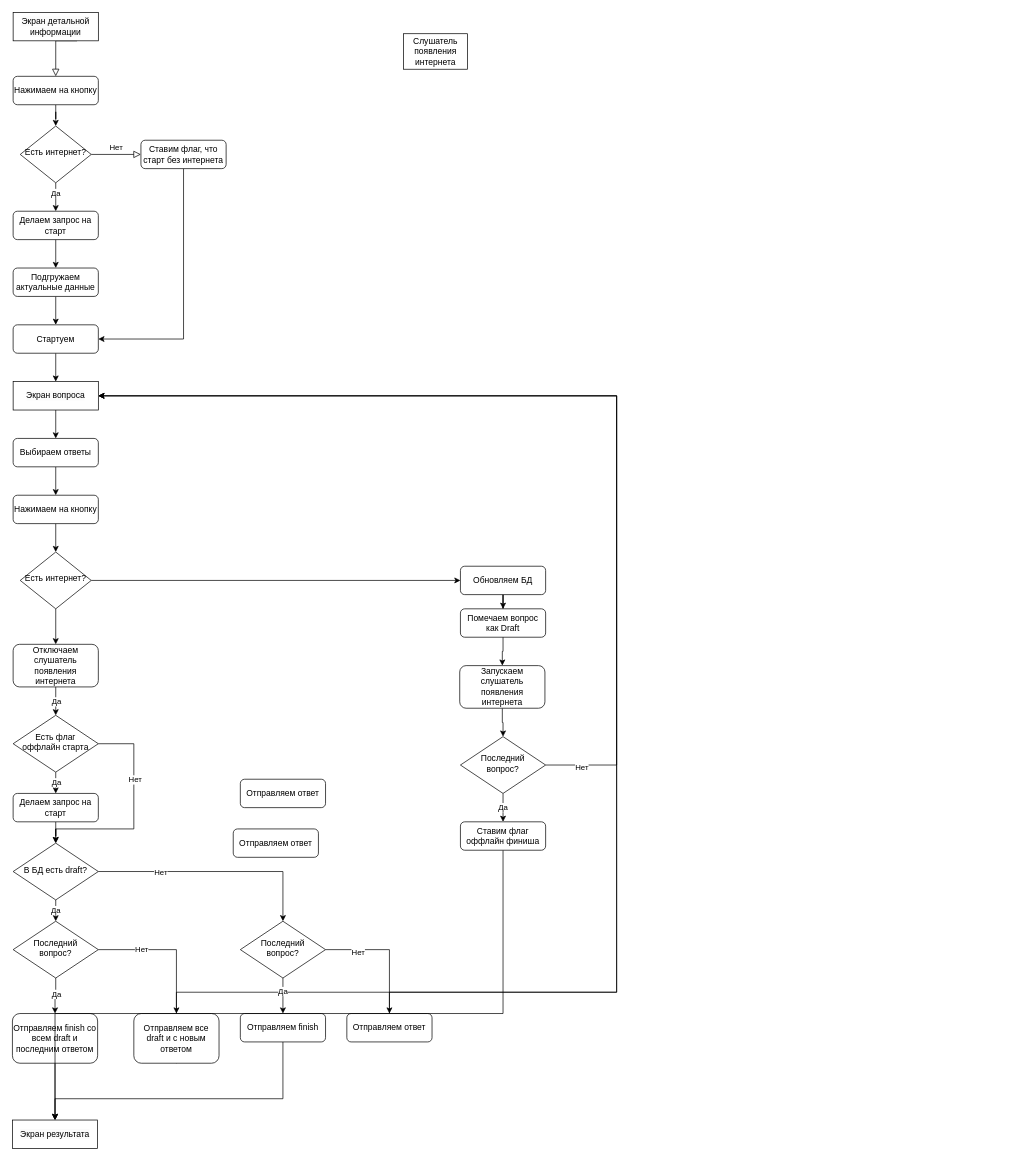
Above: Диаграмма без названия.drawio in battisq/offline_flow (draw.io), before the change. Source tidied: cells renumbered, new cells numbered last; positions are measured from the earlier drawing's top-left corner, leaving out a move shared by most shapes. Both pictures are drawn from the tidied source at 71%, with x=0, y=0 at pixel (12, 12).
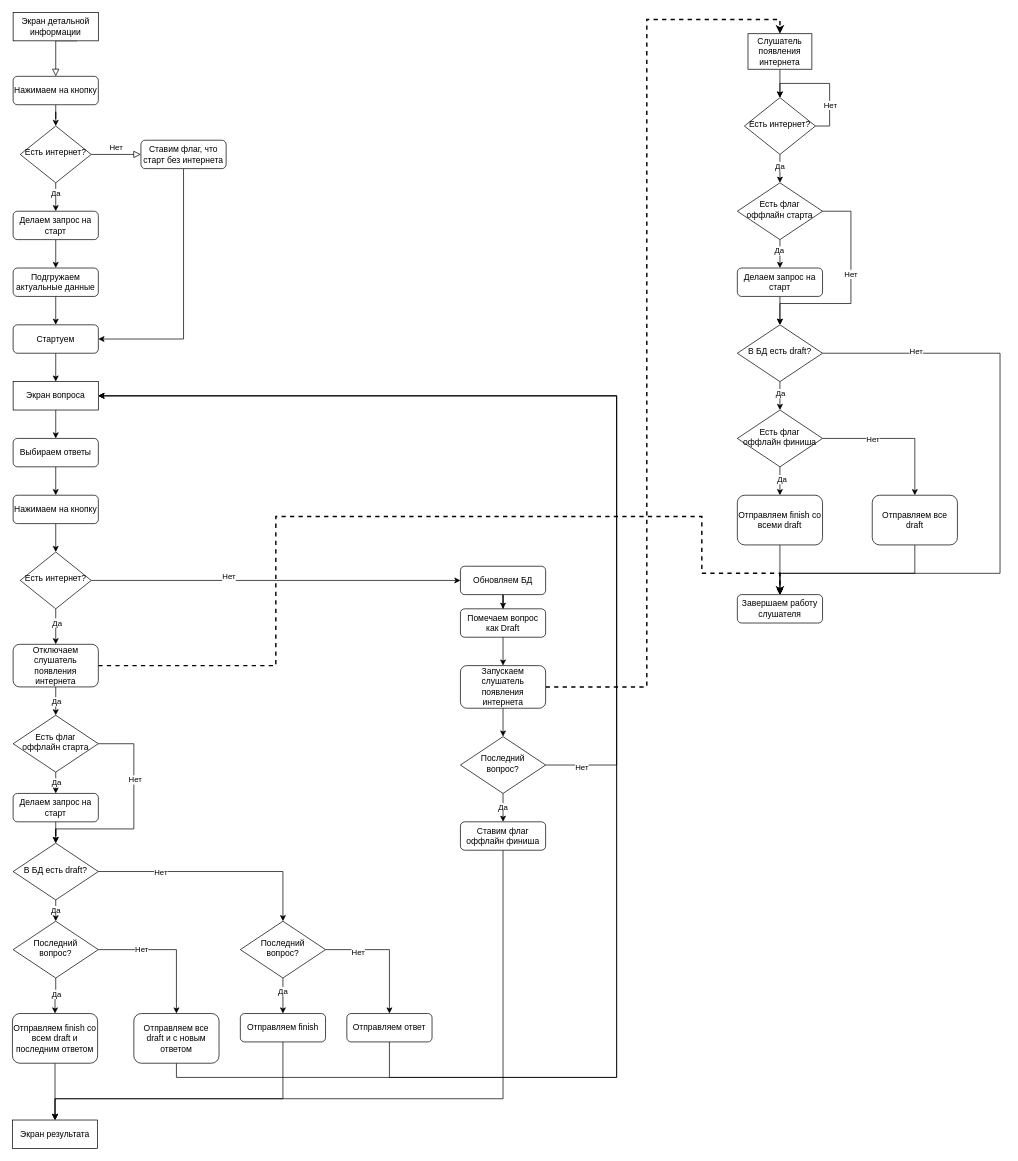
Above is the later version.

The change refers to these unchanged cells:
```xml
<mxCell id="15" value="&lt;span style=&quot;color: rgb(0, 0, 0); font-family: Helvetica; font-size: 12px; font-style: normal; font-variant-ligatures: normal; font-variant-caps: normal; font-weight: 400; letter-spacing: normal; orphans: 2; text-align: center; text-indent: 0px; text-transform: none; widows: 2; word-spacing: 0px; -webkit-text-stroke-width: 0px; background-color: rgb(251, 251, 251); text-decoration-thickness: initial; text-decoration-style: initial; text-decoration-color: initial; float: none; display: inline !important;&quot;&gt;Экран вопроса&lt;/span&gt;" style="rounded=0;whiteSpace=wrap;html=1;" parent="1" vertex="1">
  <mxGeometry x="1" y="520" width="120" height="40" as="geometry" />
</mxCell>
<mxCell id="26" style="edgeStyle=orthogonalEdgeStyle;rounded=0;jettySize=auto;html=1;exitX=1;exitY=0.5;exitDx=0;exitDy=0;entryX=0;entryY=0.5;entryDx=0;entryDy=0;" parent="1" edge="1" source="27" target="30">
  <mxGeometry relative="1" as="geometry" />
</mxCell>
<mxCell id="55" value="Отправляем все draft и с новым ответом" style="rounded=1;whiteSpace=wrap;html=1;fontSize=12;glass=0;strokeWidth=1;shadow=0;" parent="1" vertex="1">
  <mxGeometry x="171" y="1410" width="120" height="70" as="geometry" />
</mxCell>
<mxCell id="57" value="Отправляем ответ" style="rounded=1;whiteSpace=wrap;html=1;fontSize=12;glass=0;strokeWidth=1;shadow=0;" parent="1" vertex="1">
  <mxGeometry x="471" y="1410" width="120" height="40" as="geometry" />
</mxCell>
<mxCell id="70" value="Ставим флаг оффлайн финиша" style="rounded=1;whiteSpace=wrap;html=1;fontSize=12;glass=0;strokeWidth=1;shadow=0;" parent="1" vertex="1">
  <mxGeometry x="631" y="1140" width="120" height="40" as="geometry" />
</mxCell>
<mxCell id="71" value="&lt;span style=&quot;color: rgb(0, 0, 0); font-family: Helvetica; font-size: 12px; font-style: normal; font-variant-ligatures: normal; font-variant-caps: normal; font-weight: 400; letter-spacing: normal; orphans: 2; text-align: center; text-indent: 0px; text-transform: none; widows: 2; word-spacing: 0px; -webkit-text-stroke-width: 0px; background-color: rgb(251, 251, 251); text-decoration-thickness: initial; text-decoration-style: initial; text-decoration-color: initial; float: none; display: inline !important;&quot;&gt;Экран результата&lt;/span&gt;" style="rounded=0;whiteSpace=wrap;html=1;" parent="1" vertex="1">
  <mxGeometry y="1560" width="120" height="40" as="geometry" />
</mxCell>
<mxCell id="75" style="edgeStyle=orthogonalEdgeStyle;rounded=0;jettySize=auto;html=1;" parent="1" edge="1" source="27" target="76">
  <mxGeometry relative="1" as="geometry" />
</mxCell>
<mxCell id="76" value="Отключаем слушатель появления интернета" style="rounded=1;whiteSpace=wrap;html=1;fontSize=12;glass=0;strokeWidth=1;shadow=0;" parent="1" vertex="1">
  <mxGeometry x="1" y="890" width="120" height="60" as="geometry" />
</mxCell>
```

The edit, as a diff of the source:
```diff
@@
+    <mxCell id="77" value="Нет" style="edgeLabel;html=1;align=center;verticalAlign=middle;" parent="26" vertex="1">
+      <mxGeometry x="-0.26" y="6" relative="1" as="geometry">
+        <mxPoint x="1" as="offset" />
+      </mxGeometry>
+    </mxCell>
@@
-    <mxCell id="28" value="Отправляем ответ" style="rounded=1;whiteSpace=wrap;html=1;fontSize=12;glass=0;strokeWidth=1;shadow=0;" parent="1" vertex="1">
-      <mxGeometry x="311" y="1150" width="120" height="40" as="geometry" />
-    </mxCell>
@@
-    <mxCell id="35" value="Отправляем ответ" style="rounded=1;whiteSpace=wrap;html=1;fontSize=12;glass=0;strokeWidth=1;shadow=0;" parent="1" vertex="1">
-      <mxGeometry x="321" y="1080" width="120" height="40" as="geometry" />
-    </mxCell>
@@
     <mxCell id="54" style="edgeStyle=orthogonalEdgeStyle;rounded=0;jettySize=auto;html=1;exitX=0.5;exitY=1;exitDx=0;exitDy=0;entryX=1;entryY=0.5;entryDx=0;entryDy=0;" parent="1" edge="1" source="55" target="15">
       <mxGeometry relative="1" as="geometry">
         <Array as="points">
-          <mxPoint x="231" y="1380" />
-          <mxPoint x="851" y="1380" />
+          <mxPoint x="231" y="1500" />
+          <mxPoint x="851" y="1500" />
           <mxPoint x="851" y="540" />
         </Array>
       </mxGeometry>
     </mxCell>
@@
     <mxCell id="56" style="edgeStyle=orthogonalEdgeStyle;rounded=0;jettySize=auto;html=1;exitX=0.5;exitY=1;exitDx=0;exitDy=0;entryX=1;entryY=0.5;entryDx=0;entryDy=0;" parent="1" edge="1" source="57" target="15">
       <mxGeometry relative="1" as="geometry">
         <Array as="points">
-          <mxPoint x="531" y="1380" />
-          <mxPoint x="851" y="1380" />
+          <mxPoint x="531" y="1500" />
+          <mxPoint x="851" y="1500" />
           <mxPoint x="851" y="540" />
         </Array>
       </mxGeometry>
     </mxCell>
@@
     <mxCell id="69" style="edgeStyle=orthogonalEdgeStyle;rounded=0;jettySize=auto;html=1;exitX=0.5;exitY=1;exitDx=0;exitDy=0;entryX=0.5;entryY=0;entryDx=0;entryDy=0;" parent="1" edge="1" source="70" target="71">
       <mxGeometry relative="1" as="geometry">
         <Array as="points">
-          <mxPoint x="691" y="1410" />
-          <mxPoint x="60" y="1410" />
+          <mxPoint x="691" y="1530" />
+          <mxPoint x="60" y="1530" />
         </Array>
       </mxGeometry>
     </mxCell>
@@
+    <mxCell id="78" style="edgeStyle=orthogonalEdgeStyle;rounded=0;jettySize=auto;html=1;exitX=1;exitY=0.5;exitDx=0;exitDy=0;entryX=0.5;entryY=0;entryDx=0;entryDy=0;dashed=1;strokeWidth=2;" parent="1" edge="1" source="73" target="74">
+      <mxGeometry relative="1" as="geometry" />
+    </mxCell>
     <mxCell id="73" value="Запускаем слушатель появления интернета" style="rounded=1;whiteSpace=wrap;html=1;fontSize=12;glass=0;strokeWidth=1;shadow=0;" parent="1" vertex="1">
-      <mxGeometry x="630" y="920" width="120" height="60" as="geometry" />
+      <mxGeometry x="631" y="920" width="120" height="60" as="geometry" />
     </mxCell>
+    <mxCell id="79" style="edgeStyle=orthogonalEdgeStyle;rounded=0;jettySize=auto;html=1;" parent="1" edge="1" source="74" target="84">
+      <mxGeometry relative="1" as="geometry" />
+    </mxCell>
     <mxCell id="74" value="Слушатель появления интернета" style="rounded=0;whiteSpace=wrap;html=1;" parent="1" vertex="1">
-      <mxGeometry x="551" y="30" width="90" height="50" as="geometry" />
+      <mxGeometry x="1036" y="30" width="90" height="50" as="geometry" />
     </mxCell>
@@
+    <mxCell id="80" value="Да" style="edgeLabel;html=1;align=center;verticalAlign=middle;" parent="75" vertex="1">
+      <mxGeometry x="-0.26" y="1" relative="1" as="geometry" />
+    </mxCell>
+    <mxCell id="81" style="edgeStyle=orthogonalEdgeStyle;rounded=0;jettySize=auto;html=1;exitX=1;exitY=0.5;exitDx=0;exitDy=0;entryX=0.5;entryY=0;entryDx=0;entryDy=0;dashed=1;strokeWidth=2;" parent="1" edge="1" source="76" target="104">
+      <mxGeometry relative="1" as="geometry">
+        <Array as="points">
+          <mxPoint x="371" y="920" />
+          <mxPoint x="371" y="710" />
+          <mxPoint x="971" y="710" />
+          <mxPoint x="971" y="790" />
+          <mxPoint x="1081" y="790" />
+        </Array>
+      </mxGeometry>
+    </mxCell>
@@
+    <mxCell id="82" style="edgeStyle=orthogonalEdgeStyle;rounded=0;jettySize=auto;html=1;" parent="1" edge="1" source="84" target="91">
+      <mxGeometry relative="1" as="geometry" />
+    </mxCell>
+    <mxCell id="83" value="Да" style="edgeLabel;html=1;align=center;verticalAlign=middle;" parent="82" vertex="1">
+      <mxGeometry x="-0.21" y="-1" relative="1" as="geometry" />
+    </mxCell>
+    <mxCell id="84" value="Есть интернет?" style="rhombus;whiteSpace=wrap;html=1;shadow=0;fontFamily=Helvetica;fontSize=12;align=center;strokeWidth=1;spacing=6;spacingTop=-4;" parent="1" vertex="1">
+      <mxGeometry x="1031" y="120" width="100" height="80" as="geometry" />
+    </mxCell>
+    <mxCell id="85" style="edgeStyle=orthogonalEdgeStyle;rounded=0;orthogonalLoop=1;jettySize=auto;html=1;exitX=1;exitY=0.5;exitDx=0;exitDy=0;entryX=0.5;entryY=0;entryDx=0;entryDy=0;" parent="1" edge="1" source="84" target="84">
+      <mxGeometry relative="1" as="geometry">
+        <Array as="points">
+          <mxPoint x="1151" y="160" />
+          <mxPoint x="1151" y="100" />
+          <mxPoint x="1081" y="100" />
+        </Array>
+      </mxGeometry>
+    </mxCell>
+    <mxCell id="86" value="Нет" style="edgeLabel;html=1;align=center;verticalAlign=middle;" parent="85" vertex="1">
+      <mxGeometry x="-0.41" relative="1" as="geometry" />
+    </mxCell>
+    <mxCell id="87" style="edgeStyle=orthogonalEdgeStyle;rounded=0;jettySize=auto;html=1;exitX=0.5;exitY=1;exitDx=0;exitDy=0;entryX=0.5;entryY=0;entryDx=0;entryDy=0;" parent="1" edge="1" source="91" target="93">
+      <mxGeometry relative="1" as="geometry" />
+    </mxCell>
+    <mxCell id="88" value="Да" style="edgeLabel;html=1;align=center;verticalAlign=middle;" parent="87" vertex="1">
+      <mxGeometry x="-0.24" y="-2" relative="1" as="geometry" />
+    </mxCell>
+    <mxCell id="89" style="edgeStyle=orthogonalEdgeStyle;rounded=0;jettySize=auto;html=1;exitX=1;exitY=0.5;exitDx=0;exitDy=0;entryX=0.5;entryY=0;entryDx=0;entryDy=0;" parent="1" edge="1" source="91" target="98">
+      <mxGeometry relative="1" as="geometry">
+        <Array as="points">
+          <mxPoint x="1181" y="280" />
+          <mxPoint x="1181" y="410" />
+          <mxPoint x="1081" y="410" />
+        </Array>
+      </mxGeometry>
+    </mxCell>
+    <mxCell id="90" value="Нет" style="edgeLabel;html=1;align=center;verticalAlign=middle;" parent="89" vertex="1">
+      <mxGeometry x="-0.15" y="-1" relative="1" as="geometry" />
+    </mxCell>
+    <mxCell id="91" value="Есть флаг оффлайн старта" style="rhombus;whiteSpace=wrap;html=1;shadow=0;fontFamily=Helvetica;fontSize=12;align=center;strokeWidth=1;spacing=6;spacingTop=-4;" parent="1" vertex="1">
+      <mxGeometry x="1021" y="240" width="120" height="80" as="geometry" />
+    </mxCell>
+    <mxCell id="92" style="edgeStyle=orthogonalEdgeStyle;rounded=0;jettySize=auto;html=1;exitX=0.5;exitY=1;exitDx=0;exitDy=0;entryX=0.5;entryY=0;entryDx=0;entryDy=0;" parent="1" edge="1" source="93" target="98">
+      <mxGeometry relative="1" as="geometry" />
+    </mxCell>
+    <mxCell id="93" value="Делаем запрос на старт" style="rounded=1;whiteSpace=wrap;html=1;fontSize=12;glass=0;strokeWidth=1;shadow=0;" parent="1" vertex="1">
+      <mxGeometry x="1021" y="360" width="120" height="40" as="geometry" />
+    </mxCell>
+    <mxCell id="94" style="edgeStyle=orthogonalEdgeStyle;rounded=0;jettySize=auto;html=1;exitX=0.5;exitY=1;exitDx=0;exitDy=0;entryX=0.5;entryY=0;entryDx=0;entryDy=0;" parent="1" edge="1" source="98" target="103">
+      <mxGeometry relative="1" as="geometry" />
+    </mxCell>
+    <mxCell id="95" value="Да" style="edgeLabel;html=1;align=center;verticalAlign=middle;" parent="94" vertex="1">
+      <mxGeometry x="-0.21" relative="1" as="geometry" />
+    </mxCell>
+    <mxCell id="96" style="edgeStyle=orthogonalEdgeStyle;rounded=0;jettySize=auto;html=1;exitX=1;exitY=0.5;exitDx=0;exitDy=0;entryX=0.5;entryY=0;entryDx=0;entryDy=0;" parent="1" edge="1" source="98" target="104">
+      <mxGeometry relative="1" as="geometry">
+        <Array as="points">
+          <mxPoint x="1391" y="480" />
+          <mxPoint x="1391" y="790" />
+          <mxPoint x="1081" y="790" />
+        </Array>
+      </mxGeometry>
+    </mxCell>
+    <mxCell id="97" value="Нет" style="edgeLabel;html=1;align=center;verticalAlign=middle;" parent="96" vertex="1">
+      <mxGeometry x="-0.71" y="3" relative="1" as="geometry" />
+    </mxCell>
+    <mxCell id="98" value="В БД есть draft?" style="rhombus;whiteSpace=wrap;html=1;shadow=0;fontFamily=Helvetica;fontSize=12;align=center;strokeWidth=1;spacing=6;spacingTop=-4;" parent="1" vertex="1">
+      <mxGeometry x="1021" y="440" width="120" height="80" as="geometry" />
+    </mxCell>
+    <mxCell id="99" style="edgeStyle=orthogonalEdgeStyle;rounded=0;jettySize=auto;html=1;" parent="1" edge="1" source="103" target="106">
+      <mxGeometry relative="1" as="geometry" />
+    </mxCell>
+    <mxCell id="100" value="Да" style="edgeLabel;html=1;align=center;verticalAlign=middle;" parent="99" vertex="1">
+      <mxGeometry x="-0.15" y="2" relative="1" as="geometry" />
+    </mxCell>
+    <mxCell id="101" style="edgeStyle=orthogonalEdgeStyle;rounded=0;jettySize=auto;html=1;exitX=1;exitY=0.5;exitDx=0;exitDy=0;entryX=0.5;entryY=0;entryDx=0;entryDy=0;" parent="1" edge="1" source="103" target="108">
+      <mxGeometry relative="1" as="geometry" />
+    </mxCell>
+    <mxCell id="102" value="Нет" style="edgeLabel;html=1;align=center;verticalAlign=middle;" parent="101" vertex="1">
+      <mxGeometry x="-0.36" y="6" relative="1" as="geometry">
+        <mxPoint x="3" y="6" as="offset" />
+      </mxGeometry>
+    </mxCell>
+    <mxCell id="103" value="Есть флаг оффлайн финиша" style="rhombus;whiteSpace=wrap;html=1;shadow=0;fontFamily=Helvetica;fontSize=12;align=center;strokeWidth=1;spacing=6;spacingTop=-4;" parent="1" vertex="1">
+      <mxGeometry x="1021" y="560" width="120" height="80" as="geometry" />
+    </mxCell>
+    <mxCell id="104" value="Завершаем работу слушателя" style="rounded=1;whiteSpace=wrap;html=1;fontSize=12;glass=0;strokeWidth=1;shadow=0;" parent="1" vertex="1">
+      <mxGeometry x="1021" y="820" width="120" height="40" as="geometry" />
+    </mxCell>
+    <mxCell id="105" style="edgeStyle=orthogonalEdgeStyle;rounded=0;jettySize=auto;html=1;" parent="1" edge="1" source="106" target="104">
+      <mxGeometry relative="1" as="geometry" />
+    </mxCell>
+    <mxCell id="106" value="Отправляем finish со всеми draft" style="rounded=1;whiteSpace=wrap;html=1;fontSize=12;glass=0;strokeWidth=1;shadow=0;" parent="1" vertex="1">
+      <mxGeometry x="1021" y="680" width="120" height="70" as="geometry" />
+    </mxCell>
+    <mxCell id="107" style="edgeStyle=orthogonalEdgeStyle;rounded=0;jettySize=auto;html=1;exitX=0.5;exitY=1;exitDx=0;exitDy=0;entryX=0.5;entryY=0;entryDx=0;entryDy=0;" parent="1" edge="1" source="108" target="104">
+      <mxGeometry relative="1" as="geometry">
+        <Array as="points">
+          <mxPoint x="1271" y="790" />
+          <mxPoint x="1081" y="790" />
+        </Array>
+      </mxGeometry>
+    </mxCell>
+    <mxCell id="108" value="Отправляем все draft" style="rounded=1;whiteSpace=wrap;html=1;fontSize=12;glass=0;strokeWidth=1;shadow=0;" parent="1" vertex="1">
+      <mxGeometry x="1211" y="680" width="120" height="70" as="geometry" />
+    </mxCell>
```
